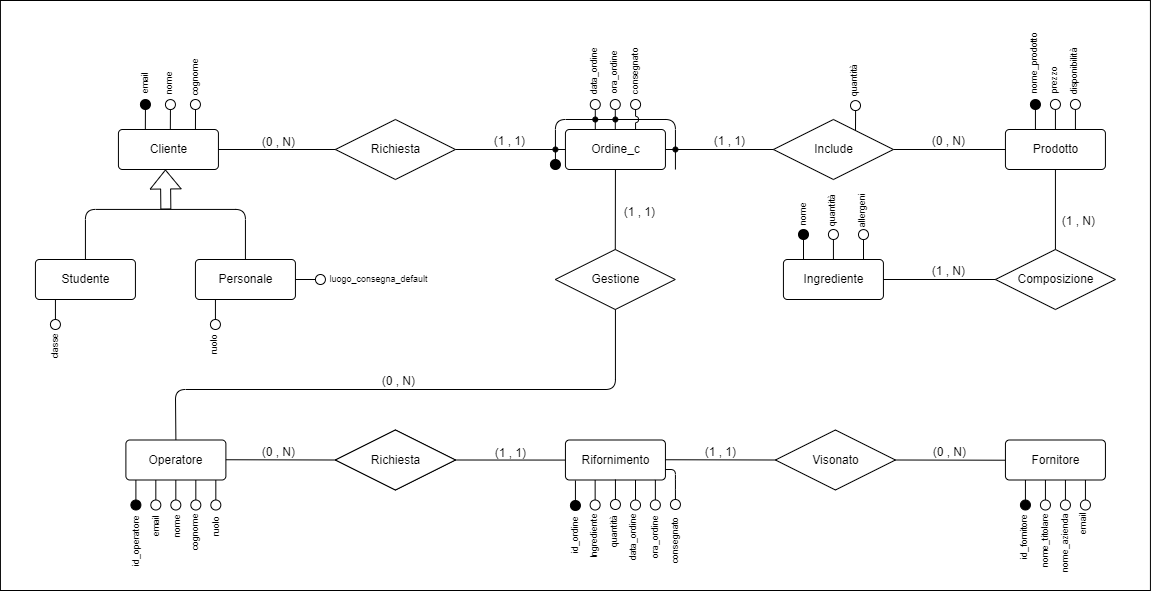
This is Conceptual_model.drawio.png from Dani-Picciau/OwlBreak, a draw.io export, as it was before one commit. Source tidied: cells renumbered, new cells last; positions are measured from the earlier drawing's top-left corner, leaving out a move shared by most shapes.
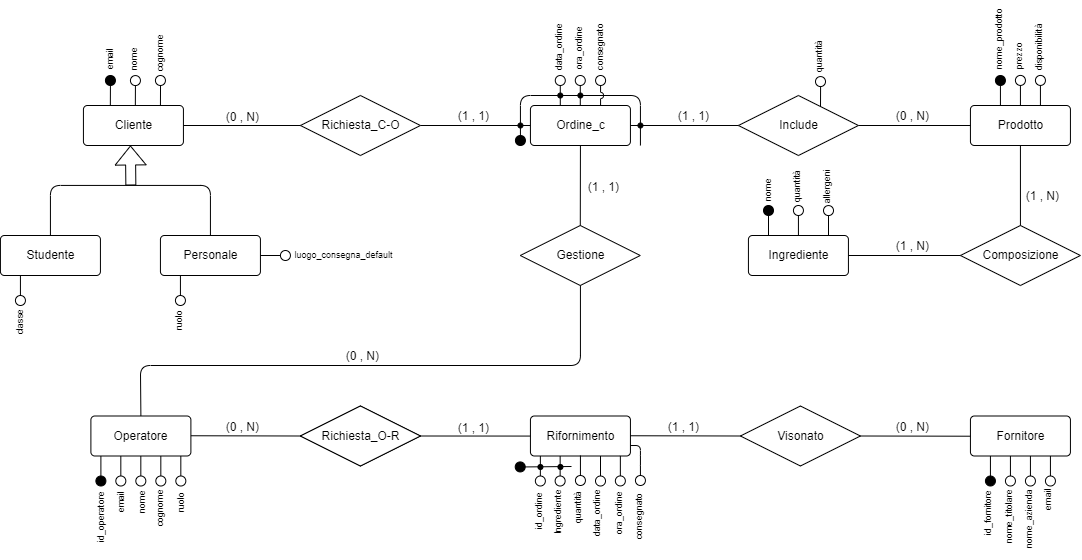
After the commit.

The edit, as a diff of the source:
```diff
@@ -2,9 +2,18 @@
   <root>
     <mxCell id="0" />
     <mxCell id="1" parent="0" />
-    <mxCell id="2" style="rounded=0;whiteSpace=wrap;html=1;fillColor=light-dark(#FFFFFF,#808080);" parent="1" vertex="1">
-      <mxGeometry x="-0.1" width="1150" height="590" as="geometry" />
-    </mxCell>
+    <mxCell id="166" style="group;rotation=-180;rounded=0;labelBackgroundColor=default;fontColor=default;backgroundOutline=1;fillOpacity=100;strokeOpacity=100;labelBorderColor=none;" parent="1" vertex="1">
+      <mxGeometry x="567.9" y="479.5" width="14.1" height="32.1" as="geometry" />
+    </mxCell>
+    <mxCell id="167" style="endArrow=none;html=1;rounded=0;labelBackgroundColor=default;fontColor=default;backgroundOutline=1;fillOpacity=100;strokeOpacity=100;labelBorderColor=none;" parent="166" edge="1">
+      <mxGeometry relative="1" as="geometry">
+        <mxPoint x="7" as="sourcePoint" />
+        <mxPoint x="7" y="20" as="targetPoint" />
+      </mxGeometry>
+    </mxCell>
+    <mxCell id="168" style="ellipse;html=1;strokeWidth=1;rotation=-405;fillColor=none;rounded=0;labelBackgroundColor=default;fontColor=default;backgroundOutline=1;fillOpacity=100;strokeOpacity=100;labelBorderColor=none;" parent="166" vertex="1">
+      <mxGeometry x="2" y="20" width="10" height="10" as="geometry" />
+    </mxCell>
     <mxCell id="3" style="endArrow=none;html=1;rounded=0;labelBackgroundColor=default;fontColor=default;jumpStyle=none;backgroundOutline=1;fillOpacity=100;strokeOpacity=100;labelBorderColor=none;" parent="1" edge="1">
       <mxGeometry relative="1" as="geometry">
         <mxPoint x="855" y="130.1" as="sourcePoint" />
@@ -23,7 +32,7 @@
     <mxCell id="5" value="Gestione" style="shape=rhombus;perimeter=rhombusPerimeter;html=1;align=center;rounded=0;labelBackgroundColor=default;fillColor=default;backgroundOutline=1;fillOpacity=100;strokeOpacity=100;fontColor=default;labelBorderColor=none;" parent="1" vertex="1">
       <mxGeometry x="554.8" y="249" width="120" height="60" as="geometry" />
     </mxCell>
-    <mxCell id="6" value="Richiesta" style="shape=rhombus;perimeter=rhombusPerimeter;align=center;rounded=0;labelBackgroundColor=default;labelBorderColor=none;html=1;fillColor=default;backgroundOutline=1;fillOpacity=100;strokeOpacity=100;fontColor=default;" parent="1" vertex="1">
+    <mxCell id="6" value="Richiesta_C-O" style="shape=rhombus;perimeter=rhombusPerimeter;align=center;rounded=0;labelBackgroundColor=default;labelBorderColor=none;html=1;fillColor=default;backgroundOutline=1;fillOpacity=100;strokeOpacity=100;fontColor=default;" parent="1" vertex="1">
       <mxGeometry x="334.9" y="119" width="120" height="60" as="geometry" />
     </mxCell>
     <mxCell id="7" value="Studente" style="rounded=1;arcSize=10;html=1;align=center;fillColor=default;labelBackgroundColor=default;backgroundOutline=1;fillOpacity=100;strokeOpacity=100;fontColor=default;labelBorderColor=none;" parent="1" vertex="1">
@@ -337,18 +346,6 @@
     <mxCell id="87" value="quantità" style="text;html=1;align=center;verticalAlign=middle;strokeColor=none;fillColor=none;fontSize=9;rotation=-90;rounded=0;labelBackgroundColor=none;fontColor=default;backgroundOutline=1;fillOpacity=100;strokeOpacity=100;labelBorderColor=none;" parent="1" vertex="1">
       <mxGeometry x="801.9" y="200" width="60" height="20" as="geometry" />
     </mxCell>
-    <mxCell id="88" style="group;rotation=-180;rounded=0;labelBackgroundColor=default;fontColor=default;backgroundOutline=1;fillOpacity=100;strokeOpacity=100;labelBorderColor=none;" parent="1" vertex="1">
-      <mxGeometry x="567.9" y="480" width="14.1" height="32.1" as="geometry" />
-    </mxCell>
-    <mxCell id="89" style="ellipse;html=1;strokeWidth=1;rotation=-405;fillColor=#000000;rounded=0;labelBackgroundColor=default;fontColor=default;backgroundOutline=1;fillOpacity=100;strokeOpacity=100;labelBorderColor=none;" parent="88" vertex="1">
-      <mxGeometry x="2" y="20" width="10" height="10" as="geometry" />
-    </mxCell>
-    <mxCell id="90" style="endArrow=none;html=1;rounded=0;labelBackgroundColor=default;fontColor=default;backgroundOutline=1;fillOpacity=100;strokeOpacity=100;labelBorderColor=none;" parent="88" edge="1">
-      <mxGeometry relative="1" as="geometry">
-        <mxPoint x="7" as="sourcePoint" />
-        <mxPoint x="7" y="20" as="targetPoint" />
-      </mxGeometry>
-    </mxCell>
     <mxCell id="91" value="consegnato" style="text;html=1;align=center;verticalAlign=middle;strokeColor=none;fillColor=none;fontSize=9;rotation=-90;rounded=0;labelBackgroundColor=none;fontColor=default;backgroundOutline=1;fillOpacity=100;strokeOpacity=100;labelBorderColor=none;" parent="1" vertex="1">
       <mxGeometry x="639.9" y="530.5" width="70" height="20" as="geometry" />
     </mxCell>
@@ -622,7 +619,7 @@
         <mxPoint x="614.9" y="169" as="targetPoint" />
       </mxGeometry>
     </mxCell>
-    <mxCell id="161" value="Richiesta" style="shape=rhombus;perimeter=rhombusPerimeter;html=1;align=center;rounded=0;labelBackgroundColor=default;fillColor=default;backgroundOutline=1;fillOpacity=100;strokeOpacity=100;fontColor=default;labelBorderColor=none;" parent="1" vertex="1">
+    <mxCell id="161" value="Richiesta_O-R" style="shape=rhombus;perimeter=rhombusPerimeter;html=1;align=center;rounded=0;labelBackgroundColor=default;fillColor=default;backgroundOutline=1;fillOpacity=100;strokeOpacity=100;fontColor=default;labelBorderColor=none;" parent="1" vertex="1">
       <mxGeometry x="334.9" y="429.5" width="120" height="60" as="geometry" />
     </mxCell>
     <mxCell id="162" style="ellipse;html=1;strokeWidth=1;rotation=-585;fillColor=none;rounded=0;labelBackgroundColor=default;fontColor=default;backgroundOutline=1;fillOpacity=100;strokeOpacity=100;labelBorderColor=none;" parent="1" vertex="1">
@@ -640,5 +637,23 @@
     <mxCell id="165" value="(1 , 1)" style="html=1;align=right;verticalAlign=bottom;rounded=0;labelBackgroundColor=none;fontColor=default;backgroundOutline=1;fillOpacity=100;strokeOpacity=100;labelBorderColor=none;" parent="1" vertex="1">
       <mxGeometry x="654.9" y="220" as="geometry" />
     </mxCell>
+    <mxCell id="88" style="group;rotation=-90;rounded=0;labelBackgroundColor=default;fontColor=default;backgroundOutline=1;fillOpacity=100;strokeOpacity=100;labelBorderColor=none;" parent="1" vertex="1">
+      <mxGeometry x="556.7" y="474.4" width="14.1" height="32.1" as="geometry" />
+    </mxCell>
+    <mxCell id="90" style="endArrow=none;html=1;rounded=0;labelBackgroundColor=default;fontColor=default;backgroundOutline=1;fillOpacity=100;strokeOpacity=100;labelBorderColor=none;" parent="88" edge="1">
+      <mxGeometry relative="1" as="geometry">
+        <mxPoint x="49.3" y="15.6" as="sourcePoint" />
+        <mxPoint x="3" y="16" as="targetPoint" />
+      </mxGeometry>
+    </mxCell>
+    <mxCell id="89" style="ellipse;html=1;strokeWidth=1;rotation=-315;fillColor=#000000;rounded=0;labelBackgroundColor=default;fontColor=default;backgroundOutline=1;fillOpacity=100;strokeOpacity=100;labelBorderColor=none;" parent="88" vertex="1">
+      <mxGeometry x="-7" y="11" width="10" height="10" as="geometry" />
+    </mxCell>
+    <mxCell id="169" style="ellipse;html=1;fillStyle=auto;strokeColor=#000000;fontSize=9;fillColor=#000000;rounded=0;labelBackgroundColor=default;fontColor=default;backgroundOutline=1;fillOpacity=100;strokeOpacity=100;labelBorderColor=none;" parent="1" vertex="1">
+      <mxGeometry x="592.4" y="488" width="5" height="5" as="geometry" />
+    </mxCell>
+    <mxCell id="170" style="ellipse;html=1;fillStyle=auto;strokeColor=#000000;fontSize=9;fillColor=#000000;rounded=0;labelBackgroundColor=default;fontColor=default;backgroundOutline=1;fillOpacity=100;strokeOpacity=100;labelBorderColor=none;" parent="1" vertex="1">
+      <mxGeometry x="572.4" y="488" width="5" height="5" as="geometry" />
+    </mxCell>
   </root>
 </mxGraphModel>
```
